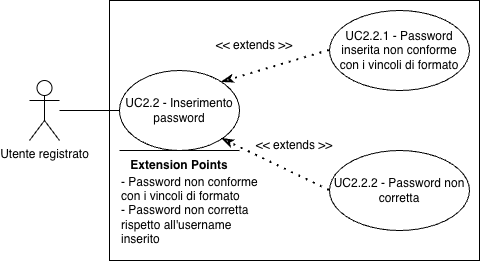
Above: assets/diagrams/UC2_2.png in SkarabGroup/DocumentazioneProgetto (draw.io), before the change. Source tidied: cells renumbered, new cells last; positions are measured from the earlier drawing's top-left corner, leaving out a move shared by most shapes.
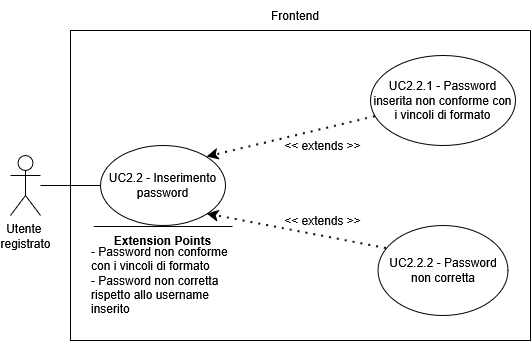
The same diagram one commit later.

The edit, as a diff of the source:
```diff
@@ -2,47 +2,50 @@
   <root>
     <mxCell id="0" />
     <mxCell id="1" parent="0" />
-    <mxCell id="2" value="Utente registrato" style="shape=umlActor;verticalLabelPosition=bottom;verticalAlign=top;html=1;outlineConnect=0;" parent="1" vertex="1">
+    <mxCell id="2" value="&lt;div&gt;Utente&amp;nbsp;&lt;/div&gt;&lt;div&gt;registrato&lt;/div&gt;" style="shape=umlActor;verticalLabelPosition=bottom;verticalAlign=top;html=1;outlineConnect=0;" parent="1" vertex="1">
       <mxGeometry y="80" width="30" height="60" as="geometry" />
     </mxCell>
-    <mxCell id="3" style="rounded=0;whiteSpace=wrap;html=1;" parent="1" vertex="1">
-      <mxGeometry x="80" width="370" height="260" as="geometry" />
-    </mxCell>
+    <mxCell id="15" style="swimlane;startSize=0;" parent="1" vertex="1">
+      <mxGeometry x="60" y="-45" width="460" height="310" as="geometry" />
+    </mxCell>
-    <mxCell id="4" value="UC2.2 - Inserimento password" style="ellipse;whiteSpace=wrap;html=1;" parent="1" vertex="1">
-      <mxGeometry x="90" y="70" width="120" height="80" as="geometry" />
+    <mxCell id="4" value="&lt;div&gt;UC2.2 - Inserimento password&lt;/div&gt;" style="ellipse;whiteSpace=wrap;html=1;" parent="15" vertex="1">
+      <mxGeometry x="30" y="115" width="125" height="80" as="geometry" />
     </mxCell>
-    <mxCell id="5" value="UC2.2.1 - Password inserita non conforme con i vincoli di formato" style="ellipse;whiteSpace=wrap;html=1;" parent="1" vertex="1">
-      <mxGeometry x="300" y="10" width="140" height="80" as="geometry" />
+    <mxCell id="5" value="UC2.2.1 - Password inserita non conforme con i vincoli di formato" style="ellipse;whiteSpace=wrap;html=1;" parent="15" vertex="1">
+      <mxGeometry x="300" y="25" width="145" height="90" as="geometry" />
     </mxCell>
-    <mxCell id="6" style="endArrow=classicThin;dashed=1;html=1;dashPattern=1 3;strokeWidth=2;rounded=0;entryX=1;entryY=0;entryDx=0;entryDy=0;exitX=0;exitY=0.5;exitDx=0;exitDy=0;endFill=0;startArrow=none;startFill=0;" parent="1" edge="1" source="5" target="4">
+    <mxCell id="6" style="endArrow=classic;dashed=1;html=1;dashPattern=1 3;strokeWidth=2;rounded=0;entryX=1;entryY=0;entryDx=0;entryDy=0;strokeColor=default;curved=0;endFill=1;endSize=6;" parent="15" edge="1" source="5" target="4">
       <mxGeometry relative="1" as="geometry" />
     </mxCell>
-    <mxCell id="7" style="endArrow=none;html=1;rounded=0;entryX=0;entryY=0.5;entryDx=0;entryDy=0;" parent="1" edge="1" source="2" target="4">
-      <mxGeometry relative="1" as="geometry" />
-    </mxCell>
-    <mxCell id="8" value="&amp;lt;&amp;lt; extends &amp;gt;&amp;gt;" style="text;html=1;whiteSpace=wrap;strokeColor=none;fillColor=none;align=center;verticalAlign=middle;rounded=0;" parent="1" vertex="1">
-      <mxGeometry x="180" y="30" width="90" height="30" as="geometry" />
-    </mxCell>
-    <mxCell id="9" value="&lt;b&gt;Extension Points&lt;/b&gt;" style="text;html=1;whiteSpace=wrap;strokeColor=none;fillColor=none;align=center;verticalAlign=middle;rounded=0;" parent="1" vertex="1">
-      <mxGeometry x="90" y="150" width="120" height="30" as="geometry" />
-    </mxCell>
-    <mxCell id="10" style="endArrow=none;html=1;rounded=0;" parent="1" edge="1">
-      <mxGeometry relative="1" as="geometry">
-        <mxPoint x="90" y="150" as="sourcePoint" />
-        <mxPoint x="210" y="150" as="targetPoint" />
-      </mxGeometry>
-    </mxCell>
-    <mxCell id="11" value="- Password non conforme con i vincoli di formato&lt;div&gt;- Password non corretta rispetto all'username inserito&lt;/div&gt;" style="text;html=1;whiteSpace=wrap;strokeColor=none;fillColor=none;align=left;verticalAlign=middle;rounded=0;" parent="1" vertex="1">
-      <mxGeometry x="90" y="170" width="140" height="80" as="geometry" />
-    </mxCell>
+    <mxCell id="16" value="&lt;div&gt;&amp;lt;&amp;lt; extends &amp;gt;&amp;gt;&lt;/div&gt;" style="text;html=1;whiteSpace=wrap;strokeColor=none;fillColor=none;align=center;verticalAlign=middle;rounded=0;" parent="15" vertex="1">
+      <mxGeometry x="205" y="100" width="95" height="30" as="geometry" />
+    </mxCell>
-    <mxCell id="12" value="UC2.2.2 - Password non corretta" style="ellipse;whiteSpace=wrap;html=1;" parent="1" vertex="1">
-      <mxGeometry x="300" y="150" width="140" height="80" as="geometry" />
+    <mxCell id="12" value="UC2.2.2 - Password non corretta" style="ellipse;whiteSpace=wrap;html=1;" parent="15" vertex="1">
+      <mxGeometry x="307.5" y="195" width="130" height="90" as="geometry" />
     </mxCell>
-    <mxCell id="13" style="endArrow=classicThin;dashed=1;html=1;dashPattern=1 3;strokeWidth=2;rounded=0;entryX=1;entryY=1;entryDx=0;entryDy=0;exitX=0;exitY=0.5;exitDx=0;exitDy=0;endFill=0;startArrow=none;startFill=0;" parent="1" edge="1" source="12" target="4">
+    <mxCell id="13" style="endArrow=classic;dashed=1;html=1;dashPattern=1 3;strokeWidth=2;rounded=0;entryX=1;entryY=1;entryDx=0;entryDy=0;exitX=0.065;exitY=0.256;exitDx=0;exitDy=0;strokeColor=default;curved=0;endFill=1;endSize=6;exitPerimeter=0;" parent="15" edge="1" source="12" target="4">
       <mxGeometry relative="1" as="geometry" />
     </mxCell>
-    <mxCell id="14" value="&amp;lt;&amp;lt; extends &amp;gt;&amp;gt;" style="text;html=1;whiteSpace=wrap;strokeColor=none;fillColor=none;align=center;verticalAlign=middle;rounded=0;" parent="1" vertex="1">
-      <mxGeometry x="220" y="130" width="90" height="30" as="geometry" />
-    </mxCell>
+    <mxCell id="17" value="&amp;lt;&amp;lt; extends &amp;gt;&amp;gt;" style="text;html=1;whiteSpace=wrap;strokeColor=none;fillColor=none;align=center;verticalAlign=middle;rounded=0;" parent="15" vertex="1">
+      <mxGeometry x="205" y="175" width="95" height="30" as="geometry" />
+    </mxCell>
+    <mxCell id="18" style="endArrow=none;html=1;rounded=0;" parent="15" edge="1">
+      <mxGeometry relative="1" as="geometry">
+        <mxPoint x="162" y="196" as="sourcePoint" />
+        <mxPoint x="23.2" y="196" as="targetPoint" />
+      </mxGeometry>
+    </mxCell>
+    <mxCell id="9" value="&lt;b&gt;Extension Points&lt;/b&gt;" style="text;html=1;whiteSpace=wrap;strokeColor=none;fillColor=none;align=center;verticalAlign=middle;rounded=0;strokeWidth=5;" parent="15" vertex="1">
+      <mxGeometry x="35" y="195" width="115" height="30" as="geometry" />
+    </mxCell>
+    <mxCell id="19" value="&lt;div align=&quot;left&quot;&gt;- Password non conforme con i vincoli di formato&lt;/div&gt;&lt;div align=&quot;left&quot;&gt;- Password non corretta rispetto allo username inserito&lt;/div&gt;" style="text;html=1;whiteSpace=wrap;strokeColor=none;fillColor=none;align=left;verticalAlign=middle;rounded=0;" parent="15" vertex="1">
+      <mxGeometry x="19" y="205" width="147" height="90" as="geometry" />
+    </mxCell>
+    <mxCell id="7" style="endArrow=none;html=1;rounded=0;entryX=0;entryY=0.5;entryDx=0;entryDy=0;" parent="1" edge="1" source="2" target="4">
+      <mxGeometry relative="1" as="geometry" />
+    </mxCell>
+    <mxCell id="20" value="Frontend" style="text;html=1;whiteSpace=wrap;strokeColor=none;fillColor=none;align=center;verticalAlign=middle;rounded=0;" parent="1" vertex="1">
+      <mxGeometry x="255" y="-75" width="60" height="30" as="geometry" />
+    </mxCell>
   </root>
 </mxGraphModel>
```
